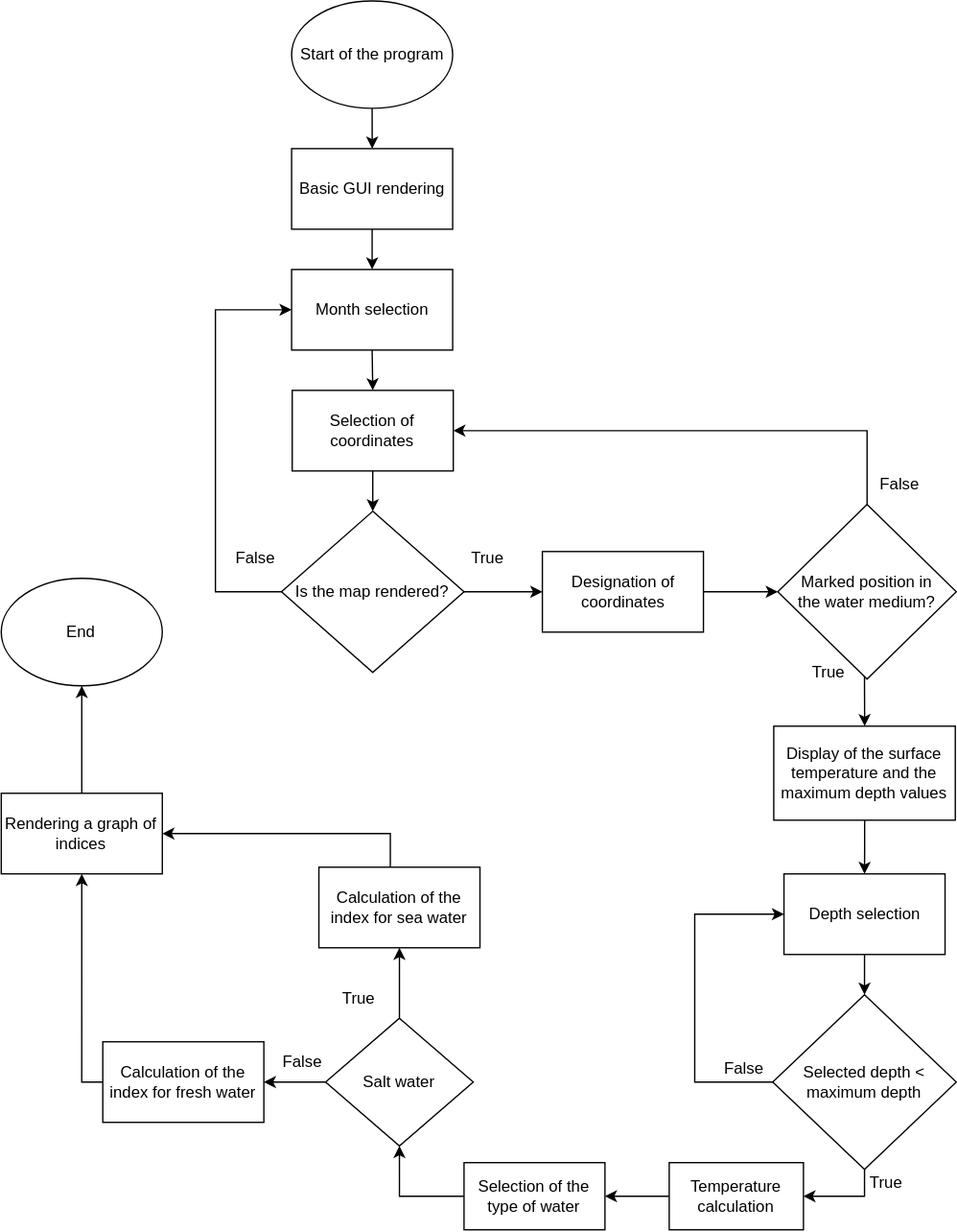
Before: world_map.drawio.svg, a diagram exported from draw.io (OndraFoltyn/digital-electronics-1). Source tidied: cells renumbered, new cells last; positions are measured from the earlier drawing's top-left corner, leaving out a move shared by most shapes.
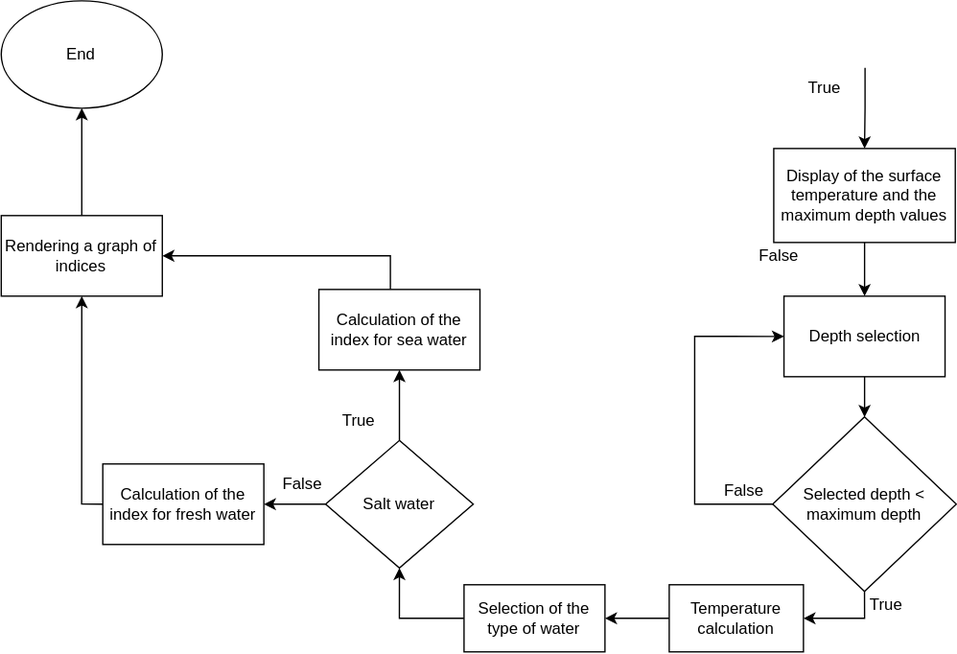
After the change.

Change to the diagram source:
```diff
@@ -2,73 +2,17 @@
   <root>
     <mxCell id="0" />
     <mxCell id="1" parent="0" />
-    <mxCell id="2" style="edgeStyle=orthogonalEdgeStyle;rounded=0;jettySize=auto;html=1;" parent="1" edge="1" source="3" target="5">
-      <mxGeometry relative="1" as="geometry" />
-    </mxCell>
-    <mxCell id="3" value="Start of the program" style="ellipse;whiteSpace=wrap;html=1;" parent="1" vertex="1">
-      <mxGeometry x="216.8" width="120" height="80" as="geometry" />
-    </mxCell>
-    <mxCell id="4" style="edgeStyle=orthogonalEdgeStyle;rounded=0;jettySize=auto;html=1;exitX=0.5;exitY=1;exitDx=0;exitDy=0;entryX=0.5;entryY=0;entryDx=0;entryDy=0;" parent="1" edge="1" source="5" target="44">
-      <mxGeometry relative="1" as="geometry" />
-    </mxCell>
-    <mxCell id="5" value="Basic GUI rendering" style="whiteSpace=wrap;html=1;" parent="1" vertex="1">
-      <mxGeometry x="216.8" y="110" width="120" height="60" as="geometry" />
-    </mxCell>
-    <mxCell id="6" style="edgeStyle=orthogonalEdgeStyle;rounded=0;jettySize=auto;html=1;exitX=0.5;exitY=1;exitDx=0;exitDy=0;entryX=0.5;entryY=0;entryDx=0;entryDy=0;" parent="1" edge="1" source="7" target="10">
-      <mxGeometry relative="1" as="geometry" />
-    </mxCell>
-    <mxCell id="7" value="Selection of coordinates" style="whiteSpace=wrap;html=1;" parent="1" vertex="1">
-      <mxGeometry x="217.2" y="290" width="120" height="60" as="geometry" />
-    </mxCell>
-    <mxCell id="8" style="edgeStyle=orthogonalEdgeStyle;rounded=0;jettySize=auto;html=1;exitX=1;exitY=0.5;exitDx=0;exitDy=0;entryX=0;entryY=0.5;entryDx=0;entryDy=0;" parent="1" edge="1" source="10" target="12">
-      <mxGeometry relative="1" as="geometry" />
-    </mxCell>
-    <mxCell id="9" style="edgeStyle=orthogonalEdgeStyle;rounded=0;jettySize=auto;html=1;exitX=0;exitY=0.5;exitDx=0;exitDy=0;entryX=0;entryY=0.5;entryDx=0;entryDy=0;" parent="1" edge="1" source="10" target="44">
-      <mxGeometry relative="1" as="geometry">
-        <Array as="points">
-          <mxPoint x="160" y="440" />
-          <mxPoint x="160" y="230" />
-        </Array>
-      </mxGeometry>
-    </mxCell>
-    <mxCell id="10" value="Is the map rendered?" style="rhombus;whiteSpace=wrap;html=1;" parent="1" vertex="1">
-      <mxGeometry x="209.2" y="380" width="136" height="120" as="geometry" />
-    </mxCell>
-    <mxCell id="11" style="edgeStyle=orthogonalEdgeStyle;rounded=0;jettySize=auto;html=1;exitX=1;exitY=0.5;exitDx=0;exitDy=0;entryX=0;entryY=0.5;entryDx=0;entryDy=0;" parent="1" edge="1" source="12" target="17">
-      <mxGeometry relative="1" as="geometry" />
-    </mxCell>
-    <mxCell id="12" value="Designation of coordinates" style="whiteSpace=wrap;html=1;" parent="1" vertex="1">
-      <mxGeometry x="403.6" y="410" width="120" height="60" as="geometry" />
-    </mxCell>
-    <mxCell id="13" value="True" style="text;html=1;strokeColor=none;fillColor=none;align=center;verticalAlign=middle;whiteSpace=wrap;rounded=0;" parent="1" vertex="1">
-      <mxGeometry x="333" y="400" width="60" height="30" as="geometry" />
-    </mxCell>
-    <mxCell id="14" value="False" style="text;html=1;strokeColor=none;fillColor=none;align=center;verticalAlign=middle;whiteSpace=wrap;rounded=0;" parent="1" vertex="1">
-      <mxGeometry x="160" y="400" width="60" height="30" as="geometry" />
-    </mxCell>
-    <mxCell id="15" style="edgeStyle=orthogonalEdgeStyle;rounded=0;jettySize=auto;html=1;" parent="1" edge="1" target="20">
-      <mxGeometry relative="1" as="geometry">
-        <mxPoint x="643.6" y="485" as="sourcePoint" />
-      </mxGeometry>
-    </mxCell>
-    <mxCell id="16" style="edgeStyle=orthogonalEdgeStyle;rounded=0;jettySize=auto;html=1;exitX=0.5;exitY=0;exitDx=0;exitDy=0;entryX=1;entryY=0.5;entryDx=0;entryDy=0;" parent="1" edge="1" source="17" target="7">
-      <mxGeometry relative="1" as="geometry" />
-    </mxCell>
-    <mxCell id="17" value="Marked position in &lt;br&gt;the water medium?" style="rhombus;whiteSpace=wrap;html=1;" parent="1" vertex="1">
-      <mxGeometry x="579" y="375" width="133" height="130" as="geometry" />
-    </mxCell>
-    <mxCell id="18" value="False" style="text;html=1;strokeColor=none;fillColor=none;align=center;verticalAlign=middle;whiteSpace=wrap;rounded=0;" parent="1" vertex="1">
-      <mxGeometry x="640" y="345" width="60" height="30" as="geometry" />
-    </mxCell>
+    <mxCell id="47" style="edgeStyle=orthogonalEdgeStyle;rounded=0;jettySize=auto;html=1;entryX=0.5;entryY=0;entryDx=0;entryDy=0;" parent="1" edge="1" target="20">
+      <mxGeometry relative="1" as="geometry">
+        <mxPoint x="644" y="480" as="sourcePoint" />
+      </mxGeometry>
+    </mxCell>
     <mxCell id="19" style="edgeStyle=orthogonalEdgeStyle;rounded=0;jettySize=auto;html=1;" parent="1" edge="1" source="20" target="23">
       <mxGeometry relative="1" as="geometry" />
     </mxCell>
     <mxCell id="20" value="Display of the surface temperature and the maximum depth values" style="whiteSpace=wrap;html=1;" parent="1" vertex="1">
       <mxGeometry x="576" y="540" width="135.2" height="70" as="geometry" />
     </mxCell>
-    <mxCell id="21" value="True" style="text;html=1;strokeColor=none;fillColor=none;align=center;verticalAlign=middle;whiteSpace=wrap;rounded=0;" parent="1" vertex="1">
-      <mxGeometry x="587.1" y="485" width="60" height="30" as="geometry" />
-    </mxCell>
     <mxCell id="22" style="edgeStyle=orthogonalEdgeStyle;rounded=0;jettySize=auto;html=1;" parent="1" edge="1" source="23" target="26">
       <mxGeometry relative="1" as="geometry" />
     </mxCell>
@@ -89,18 +33,18 @@
     <mxCell id="26" value="Selected depth &amp;lt; &lt;br&gt;maximum depth" style="rhombus;whiteSpace=wrap;html=1;" parent="1" vertex="1">
       <mxGeometry x="575.2" y="740" width="136.8" height="130" as="geometry" />
     </mxCell>
-    <mxCell id="27" value="False" style="text;html=1;strokeColor=none;fillColor=none;align=center;verticalAlign=middle;whiteSpace=wrap;rounded=0;" parent="1" vertex="1">
-      <mxGeometry x="523.6" y="780" width="60" height="30" as="geometry" />
-    </mxCell>
+    <mxCell id="48" value="False" style="text;html=1;strokeColor=none;fillColor=none;align=center;verticalAlign=middle;whiteSpace=wrap;rounded=0;" parent="1" vertex="1">
+      <mxGeometry x="523.6" y="780" width="60" height="30" as="geometry" />
+    </mxCell>
     <mxCell id="28" style="edgeStyle=orthogonalEdgeStyle;rounded=0;jettySize=auto;html=1;exitX=0;exitY=0.5;exitDx=0;exitDy=0;entryX=1;entryY=0.5;entryDx=0;entryDy=0;" parent="1" edge="1" source="29" target="46">
       <mxGeometry relative="1" as="geometry" />
     </mxCell>
     <mxCell id="29" value="Temperature calculation" style="whiteSpace=wrap;html=1;" parent="1" vertex="1">
       <mxGeometry x="498.1" y="865" width="100" height="50" as="geometry" />
     </mxCell>
-    <mxCell id="30" value="True" style="text;html=1;strokeColor=none;fillColor=none;align=center;verticalAlign=middle;whiteSpace=wrap;rounded=0;" parent="1" vertex="1">
-      <mxGeometry x="630" y="865" width="60" height="30" as="geometry" />
-    </mxCell>
+    <mxCell id="49" value="True" style="text;html=1;strokeColor=none;fillColor=none;align=center;verticalAlign=middle;whiteSpace=wrap;rounded=0;" parent="1" vertex="1">
+      <mxGeometry x="630" y="865" width="60" height="30" as="geometry" />
+    </mxCell>
     <mxCell id="31" style="edgeStyle=orthogonalEdgeStyle;rounded=0;jettySize=auto;html=1;" parent="1" edge="1" source="33" target="35">
       <mxGeometry relative="1" as="geometry" />
     </mxCell>
@@ -130,12 +74,12 @@
     <mxCell id="37" value="Calculation of the index for sea water" style="whiteSpace=wrap;html=1;" parent="1" vertex="1">
       <mxGeometry x="237.1" y="645" width="120" height="60" as="geometry" />
     </mxCell>
-    <mxCell id="38" value="False" style="text;html=1;strokeColor=none;fillColor=none;align=center;verticalAlign=middle;whiteSpace=wrap;rounded=0;" parent="1" vertex="1">
-      <mxGeometry x="198.1" y="775" width="53.5" height="30" as="geometry" />
-    </mxCell>
-    <mxCell id="39" value="True" style="text;html=1;strokeColor=none;fillColor=none;align=center;verticalAlign=middle;whiteSpace=wrap;rounded=0;" parent="1" vertex="1">
-      <mxGeometry x="237.1" y="727.5" width="60" height="30" as="geometry" />
-    </mxCell>
+    <mxCell id="50" value="False" style="text;html=1;strokeColor=none;fillColor=none;align=center;verticalAlign=middle;whiteSpace=wrap;rounded=0;" parent="1" vertex="1">
+      <mxGeometry x="198.1" y="775" width="53.5" height="30" as="geometry" />
+    </mxCell>
+    <mxCell id="51" value="True" style="text;html=1;strokeColor=none;fillColor=none;align=center;verticalAlign=middle;whiteSpace=wrap;rounded=0;" parent="1" vertex="1">
+      <mxGeometry x="237.1" y="727.5" width="60" height="30" as="geometry" />
+    </mxCell>
     <mxCell id="40" style="edgeStyle=orthogonalEdgeStyle;rounded=0;jettySize=auto;html=1;exitX=0.5;exitY=0;exitDx=0;exitDy=0;entryX=0.5;entryY=1;entryDx=0;entryDy=0;" parent="1" edge="1" source="41" target="42">
       <mxGeometry relative="1" as="geometry" />
     </mxCell>
@@ -145,17 +89,17 @@
     <mxCell id="42" value="End" style="ellipse;whiteSpace=wrap;html=1;" parent="1" vertex="1">
       <mxGeometry x="0.4" y="430" width="120" height="80" as="geometry" />
     </mxCell>
-    <mxCell id="43" style="edgeStyle=orthogonalEdgeStyle;rounded=0;jettySize=auto;html=1;exitX=0.5;exitY=1;exitDx=0;exitDy=0;entryX=0.5;entryY=0;entryDx=0;entryDy=0;" parent="1" edge="1" source="44" target="7">
-      <mxGeometry relative="1" as="geometry" />
-    </mxCell>
-    <mxCell id="44" value="Month selection" style="rounded=0;whiteSpace=wrap;html=1;" parent="1" vertex="1">
-      <mxGeometry x="216.8" y="200" width="120" height="60" as="geometry" />
-    </mxCell>
     <mxCell id="45" style="edgeStyle=orthogonalEdgeStyle;rounded=0;jettySize=auto;html=1;exitX=0;exitY=0.5;exitDx=0;exitDy=0;entryX=0.5;entryY=1;entryDx=0;entryDy=0;" parent="1" edge="1" source="46" target="33">
       <mxGeometry relative="1" as="geometry" />
     </mxCell>
     <mxCell id="46" value="Selection of the type of water" style="rounded=0;whiteSpace=wrap;html=1;" parent="1" vertex="1">
       <mxGeometry x="345.2" y="865" width="105" height="50" as="geometry" />
     </mxCell>
+    <mxCell id="52" value="False" style="text;html=1;strokeColor=none;fillColor=none;align=center;verticalAlign=middle;whiteSpace=wrap;rounded=0;" parent="1" vertex="1">
+      <mxGeometry x="550" y="605" width="60" height="30" as="geometry" />
+    </mxCell>
+    <mxCell id="53" value="True" style="text;html=1;strokeColor=none;fillColor=none;align=center;verticalAlign=middle;whiteSpace=wrap;rounded=0;" parent="1" vertex="1">
+      <mxGeometry x="583.6" y="480" width="60" height="30" as="geometry" />
+    </mxCell>
   </root>
 </mxGraphModel>
```
